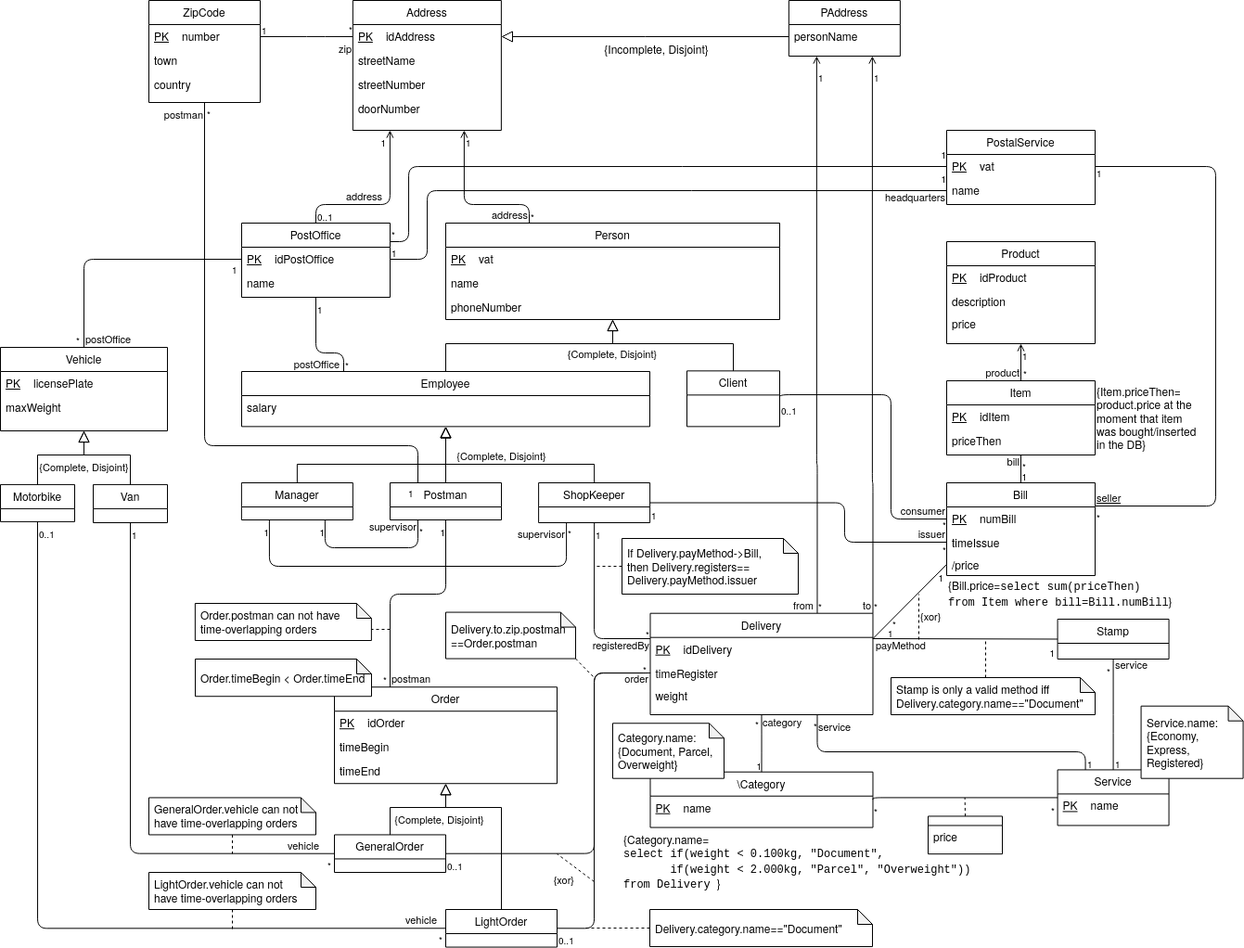
The draw.io diagram uml.png in dmfrodrigues/feup-bdad-proj, before a commit. Source tidied: cells renumbered, new cells last; positions are measured from the earlier drawing's top-left corner, leaving out a move shared by most shapes.
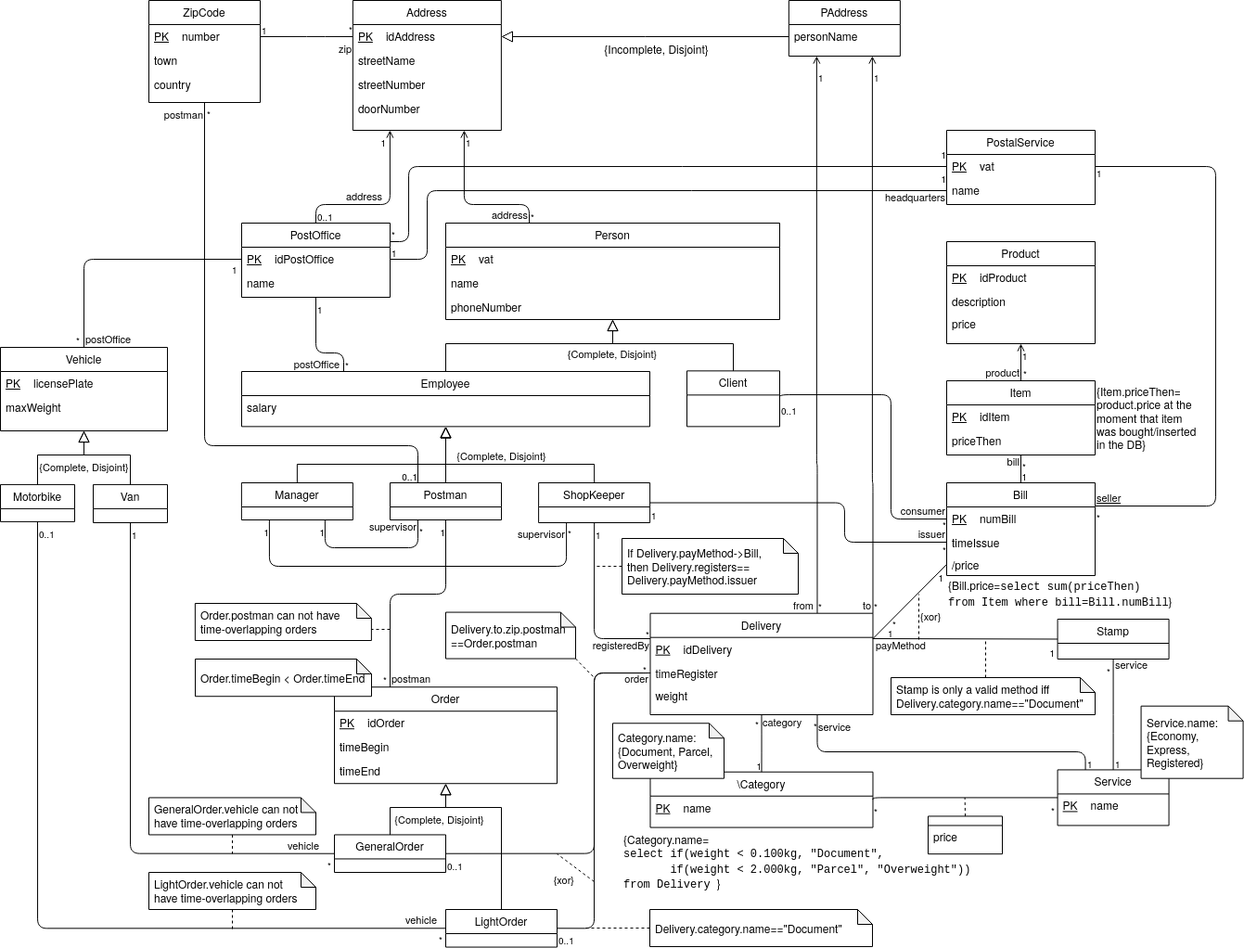
Later version of the same file.

The edit, as a diff of the source:
```diff
@@ -790,7 +790,7 @@
         </Array>
       </mxGeometry>
     </mxCell>
-    <mxCell id="188" value="1" style="html=1;align=left;verticalAlign=top;labelBackgroundColor=none;fontSize=10;spacingLeft=-12;spacingBottom=0;spacingTop=-2;" parent="187" vertex="1">
+    <mxCell id="188" value="0..1" style="html=1;align=right;verticalAlign=bottom;labelBackgroundColor=none;fontSize=10;spacingLeft=0;spacingBottom=0;spacingTop=-2;" parent="187" vertex="1">
       <mxGeometry x="-1" relative="1" as="geometry" />
     </mxCell>
     <mxCell id="189" value="*" style="html=1;align=left;verticalAlign=top;labelBackgroundColor=none;fontSize=10;spacing=2;spacingBottom=0;spacingLeft=1;" parent="187" vertex="1">
```
